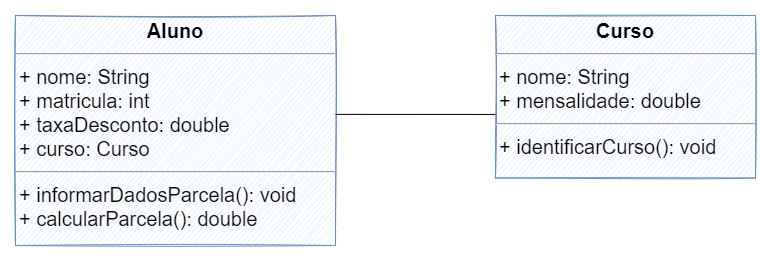
Above: files/assets/uml/informe-mensalidade.png in michelelozada/Java-Study-Notes (draw.io), before the change. Source tidied: cells renumbered, new cells last; positions are measured from the earlier drawing's top-left corner, leaving out a move shared by most shapes.
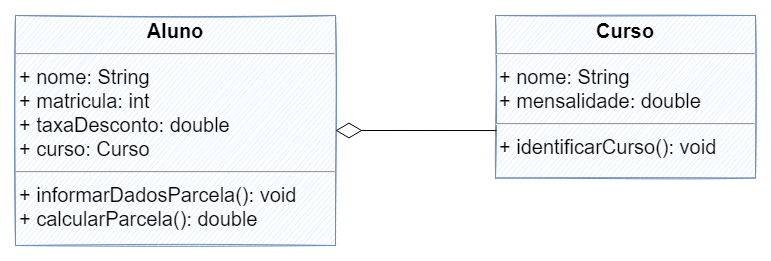
Later version of the same file.

Diff of the diagram source:
```diff
@@ -8,8 +8,8 @@
     <mxCell id="3" value="&lt;p style=&quot;margin: 4px 0px 0px; text-align: center; font-size: 20px;&quot;&gt;&lt;b&gt;Curso&lt;/b&gt;&lt;/p&gt;&lt;hr style=&quot;font-size: 20px;&quot;&gt;&lt;p style=&quot;margin: 0px 0px 0px 4px; font-size: 20px;&quot;&gt;+ nome: String&lt;br style=&quot;font-size: 20px;&quot;&gt;+ mensalidade: double&lt;/p&gt;&lt;hr style=&quot;font-size: 20px;&quot;&gt;&lt;p style=&quot;margin: 0px 0px 0px 4px; font-size: 20px;&quot;&gt;+ identificarCurso(): void&lt;/p&gt;" style="verticalAlign=top;align=left;overflow=fill;fontSize=20;fontFamily=Helvetica;html=1;fillColor=#dae8fc;strokeColor=#6c8ebf;fontStyle=0;sketch=1;" parent="1" vertex="1">
       <mxGeometry x="480" width="260" height="162.5" as="geometry" />
     </mxCell>
-    <mxCell id="4" style="endArrow=none;html=1;rounded=0;exitX=1;exitY=0.43;exitDx=0;exitDy=0;exitPerimeter=0;entryX=0;entryY=0.609;entryDx=0;entryDy=0;entryPerimeter=0;" parent="1" edge="1" source="2" target="3">
-      <mxGeometry relative="1" as="geometry" />
-    </mxCell>
+    <mxCell id="5" style="endArrow=diamondThin;endFill=0;endSize=24;html=1;rounded=0;exitX=0.004;exitY=0.708;exitDx=0;exitDy=0;entryX=1;entryY=0.5;entryDx=0;entryDy=0;exitPerimeter=0;" parent="1" edge="1" source="3" target="2">
+      <mxGeometry relative="1" as="geometry" />
+    </mxCell>
   </root>
 </mxGraphModel>
```
